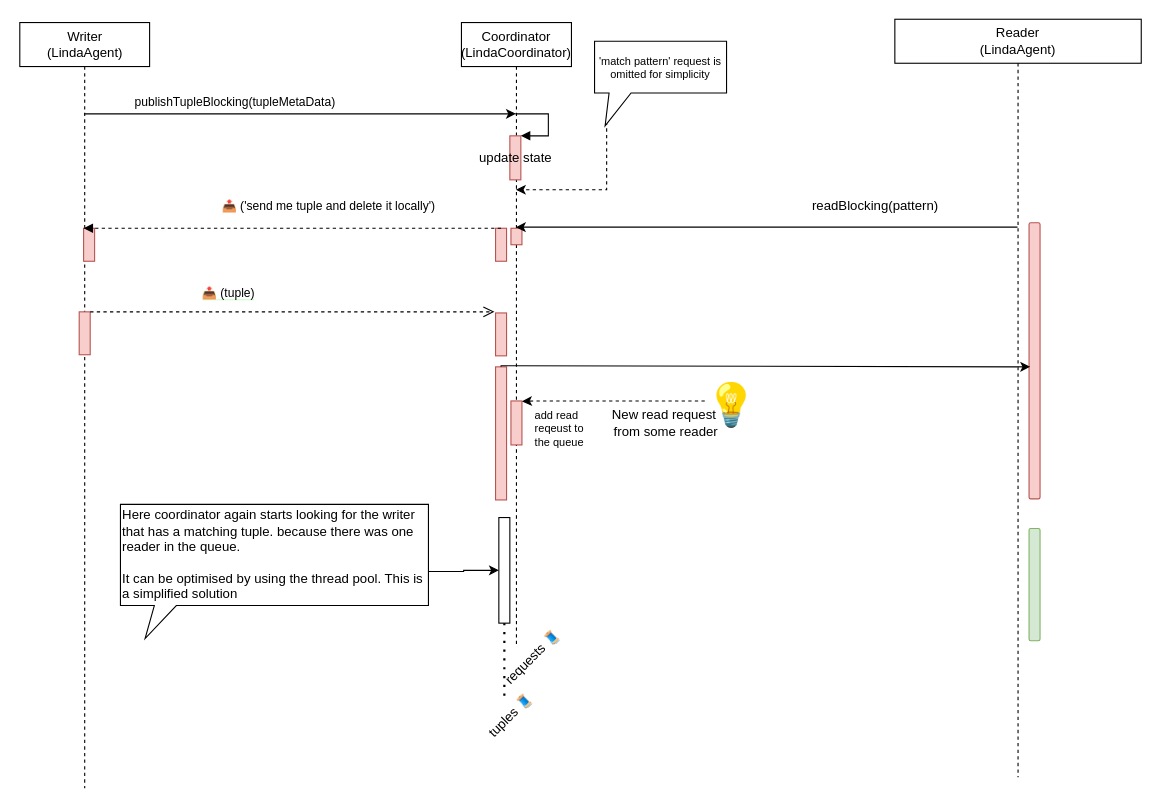
pochka15/linda keeps this draw.io diagram as page "1 W - 2 R" (5 of 7) of images/diagram.drawio. Above is the earlier version. Source tidied: cells renumbered, new cells numbered last; positions are measured from the earlier drawing's top-left corner, leaving out a move shared by most shapes. Both pictures are drawn from the tidied source at 110%, with x=0, y=0 at pixel (19, 19).
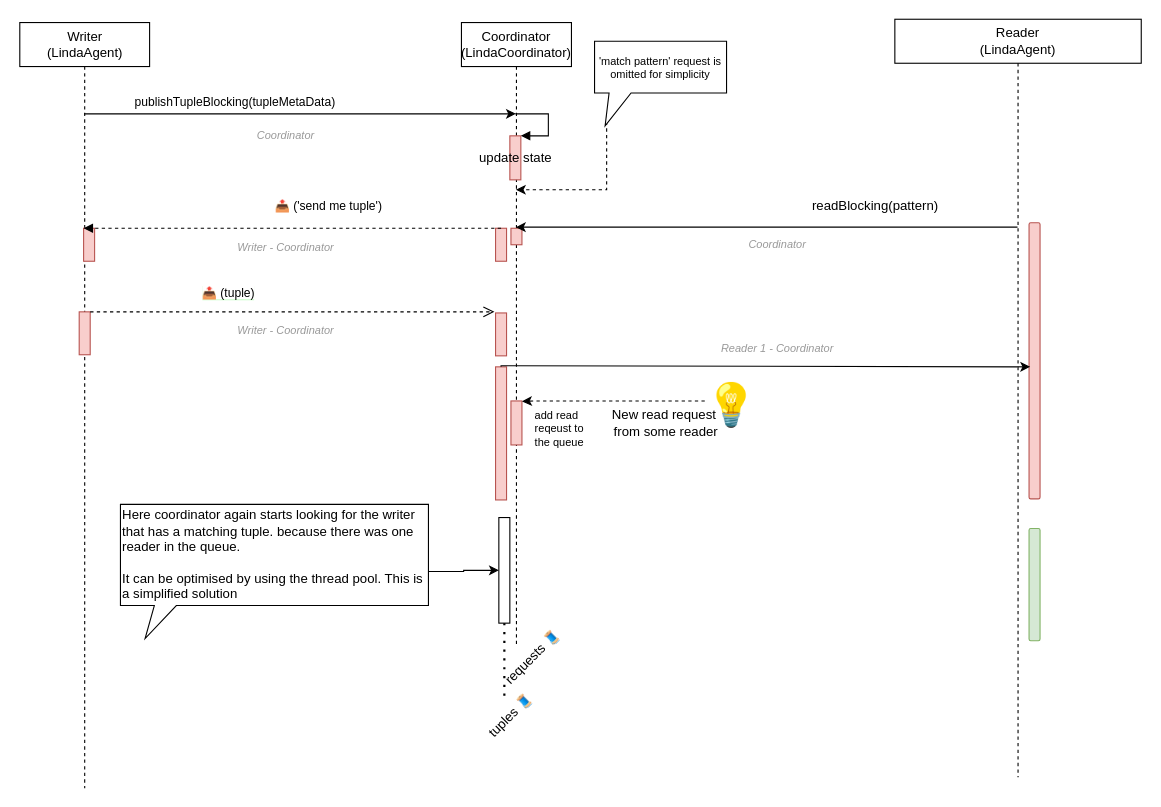
The same page after the edit.

The change refers to these unchanged cells:
```xml
<mxCell id="13" style="html=1;points=[];perimeter=orthogonalPerimeter;fillColor=#f8cecc;strokeColor=#b85450;" parent="12" vertex="1">
  <mxGeometry x="58" y="187" width="10" height="30" as="geometry" />
</mxCell>
```

Diff of the diagram source:
```diff
@@
-    <mxCell id="19" value="📤 ('send me tuple and delete it locally')" style="html=1;verticalAlign=bottom;endArrow=block;entryX=0;entryY=0;rounded=0;dashed=1;" parent="1" edge="1" target="13">
+    <mxCell id="19" value="📤 ('send me tuple')" style="html=1;verticalAlign=bottom;endArrow=block;entryX=0;entryY=0;rounded=0;dashed=1;" parent="1" edge="1" target="13">
       <mxGeometry x="-0.17" y="-11" relative="1" as="geometry">
         <mxPoint x="438" y="190" as="sourcePoint" />
       </mxGeometry>
     </mxCell>
@@
+    <mxCell id="33" value="&lt;span style=&quot;font-family: helvetica; font-size: 10px;&quot;&gt;Coordinator&lt;/span&gt;" style="text;html=1;align=center;verticalAlign=middle;strokeColor=none;fillColor=none;fontStyle=2;fontColor=#999999;fontSize=10;" parent="1" vertex="1">
+      <mxGeometry x="657" y="196" width="63" height="16" as="geometry" />
+    </mxCell>
+    <mxCell id="34" value="&lt;span style=&quot;font-family: helvetica; font-size: 10px;&quot;&gt;Coordinator&lt;/span&gt;" style="text;html=1;align=center;verticalAlign=middle;strokeColor=none;fillColor=none;fontStyle=2;fontColor=#999999;fontSize=10;" parent="1" vertex="1">
+      <mxGeometry x="210" y="97" width="63" height="16" as="geometry" />
+    </mxCell>
+    <mxCell id="35" value="&lt;span style=&quot;font-family: helvetica; font-size: 10px;&quot;&gt;Writer - Coordinator&lt;/span&gt;" style="text;html=1;align=center;verticalAlign=middle;strokeColor=none;fillColor=none;fontStyle=2;fontColor=#999999;fontSize=10;" parent="1" vertex="1">
+      <mxGeometry x="193" y="199" width="98" height="16" as="geometry" />
+    </mxCell>
+    <mxCell id="36" value="&lt;span style=&quot;font-family: helvetica; font-size: 10px;&quot;&gt;Writer - Coordinator&lt;/span&gt;" style="text;html=1;align=center;verticalAlign=middle;strokeColor=none;fillColor=none;fontStyle=2;fontColor=#999999;fontSize=10;" parent="1" vertex="1">
+      <mxGeometry x="192.5" y="275" width="98" height="16" as="geometry" />
+    </mxCell>
+    <mxCell id="37" value="&lt;span style=&quot;font-family: helvetica; font-size: 10px;&quot;&gt;Reader 1 - Coordinator&lt;/span&gt;" style="text;html=1;align=center;verticalAlign=middle;strokeColor=none;fillColor=none;fontStyle=2;fontColor=#999999;fontSize=10;" parent="1" vertex="1">
+      <mxGeometry x="632.5" y="291" width="112" height="16" as="geometry" />
+    </mxCell>
```
